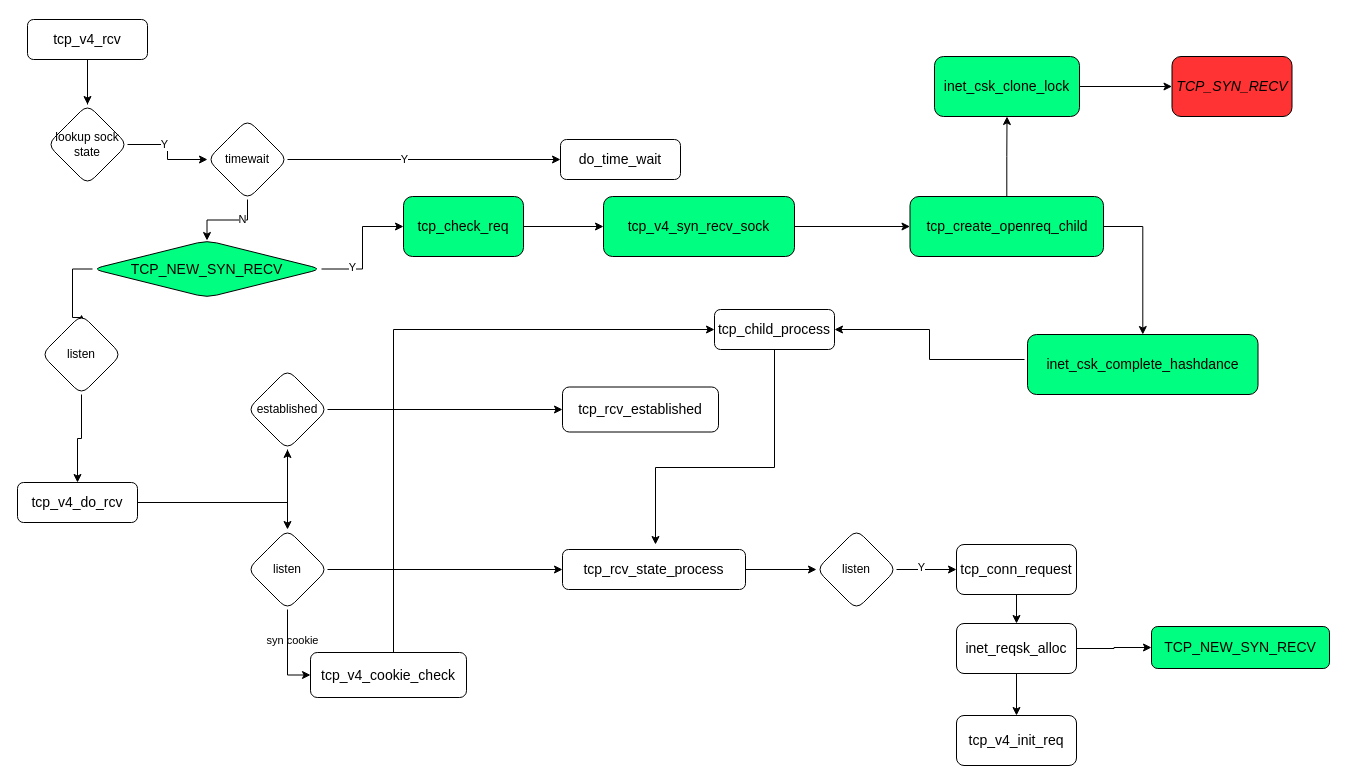
Above: linux-kernel/tcp/tcp_recv.drawio in byrcoder/essay (draw.io), before the change. Source tidied: cells renumbered, new cells numbered last; positions are measured from the earlier drawing's top-left corner, leaving out a move shared by most shapes. Both pictures are drawn from the tidied source at 100%, with x=0, y=0 at pixel (17, 19).
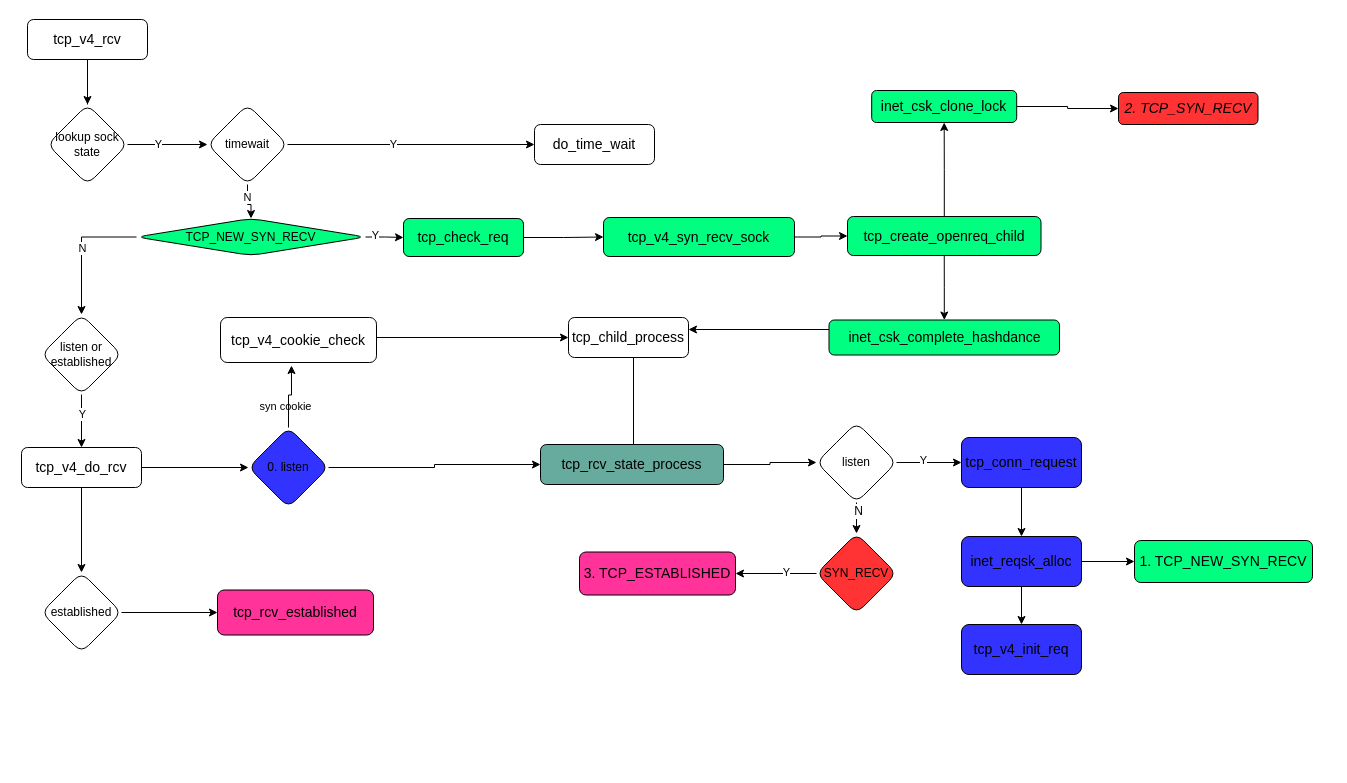
Above is the later version.

The change refers to these unchanged cells:
```xml
<mxCell id="2" style="edgeStyle=orthogonalEdgeStyle;rounded=0;jettySize=auto;html=1;entryX=0.5;entryY=0;entryDx=0;entryDy=0;fontColor=#000000;labelBackgroundColor=none;startArrow=none;exitX=0;exitY=0.5;exitDx=0;exitDy=0;" parent="1" edge="1" source="16" target="20">
  <mxGeometry relative="1" as="geometry" />
</mxCell>
<mxCell id="19" style="edgeStyle=orthogonalEdgeStyle;rounded=0;jettySize=auto;html=1;fontColor=#000000;labelBackgroundColor=none;" parent="1" edge="1" source="20" target="22">
  <mxGeometry relative="1" as="geometry" />
</mxCell>
```

The edit, as a diff of the source:
```diff
@@
+    <mxCell id="58" value="N" style="edgeLabel;html=1;align=center;verticalAlign=middle;fontColor=#000000;" parent="2" vertex="1">
+      <mxGeometry y="-1" relative="1" as="geometry">
+        <mxPoint x="1" as="offset" />
+      </mxGeometry>
+    </mxCell>
@@
     <mxCell id="9" value="&lt;pre style=&quot;font-family: &amp;quot;jetbrains mono&amp;quot;; font-size: 10.5pt;&quot;&gt;do_time_wait&lt;/pre&gt;" style="whiteSpace=wrap;html=1;rounded=1;glass=0;strokeWidth=1;shadow=0;fontColor=#000000;labelBackgroundColor=none;fillColor=#FFFFFF;" parent="1" vertex="1">
-      <mxGeometry x="543" y="120" width="120" height="40" as="geometry" />
+      <mxGeometry x="517" y="105" width="120" height="40" as="geometry" />
     </mxCell>
@@
     <mxCell id="12" value="timewait" style="rhombus;whiteSpace=wrap;html=1;rounded=1;glass=0;strokeWidth=1;shadow=0;fontColor=#000000;labelBackgroundColor=none;" parent="1" vertex="1">
-      <mxGeometry x="190" y="100" width="80" height="80" as="geometry" />
+      <mxGeometry x="190" y="85" width="80" height="80" as="geometry" />
     </mxCell>
     <mxCell id="13" style="edgeStyle=orthogonalEdgeStyle;rounded=0;jettySize=auto;html=1;fontColor=#000000;labelBackgroundColor=none;" parent="1" edge="1" target="18">
       <mxGeometry relative="1" as="geometry">
-        <mxPoint x="1007" y="340" as="sourcePoint" />
+        <mxPoint x="1007" y="310" as="sourcePoint" />
         <Array as="points">
-          <mxPoint x="912" y="340" />
-          <mxPoint x="912" y="310" />
+          <mxPoint x="955" y="310" />
+          <mxPoint x="955" y="310" />
         </Array>
       </mxGeometry>
     </mxCell>
@@
-    <mxCell id="16" value="&lt;pre style=&quot;font-size: 10.5pt ; font-family: &amp;quot;jetbrains mono&amp;quot;&quot;&gt;&lt;span style=&quot;&quot;&gt;TCP_NEW_SYN_RECV&lt;/span&gt;&lt;/pre&gt;" style="rhombus;whiteSpace=wrap;html=1;rounded=1;glass=0;strokeWidth=1;shadow=0;fontColor=#000000;labelBackgroundColor=none;fillColor=#00FF80;" parent="1" vertex="1">
-      <mxGeometry x="75" y="221" width="229" height="57" as="geometry" />
+    <mxCell id="16" value="&lt;pre style=&quot;font-family: &amp;#34;jetbrains mono&amp;#34;&quot;&gt;&lt;font style=&quot;font-size: 12px&quot;&gt;TCP_NEW_SYN_RECV&lt;/font&gt;&lt;/pre&gt;" style="rhombus;whiteSpace=wrap;html=1;rounded=1;glass=0;strokeWidth=1;shadow=0;fontColor=#000000;labelBackgroundColor=none;fillColor=#00FF80;" parent="1" vertex="1">
+      <mxGeometry x="119" y="199" width="229" height="37" as="geometry" />
     </mxCell>
-    <mxCell id="17" style="edgeStyle=orthogonalEdgeStyle;rounded=0;jettySize=auto;html=1;labelBackgroundColor=none;fontColor=#000000;" parent="1" edge="1" source="18">
+    <mxCell id="17" style="edgeStyle=orthogonalEdgeStyle;rounded=0;jettySize=auto;html=1;labelBackgroundColor=none;fontColor=#000000;entryX=0.552;entryY=0.025;entryDx=0;entryDy=0;entryPerimeter=0;" parent="1" edge="1" source="18" target="34">
       <mxGeometry relative="1" as="geometry">
-        <mxPoint x="638" y="525" as="targetPoint" />
         <Array as="points">
-          <mxPoint x="757" y="448" />
-          <mxPoint x="638" y="448" />
+          <mxPoint x="616" y="461" />
         </Array>
       </mxGeometry>
     </mxCell>
     <mxCell id="18" value="&lt;pre style=&quot;font-family: &amp;quot;jetbrains mono&amp;quot;; font-size: 10.5pt;&quot;&gt;tcp_child_process&lt;/pre&gt;" style="whiteSpace=wrap;html=1;rounded=1;glass=0;strokeWidth=1;shadow=0;fontColor=#000000;labelBackgroundColor=none;fillColor=#FFFFFF;" parent="1" vertex="1">
-      <mxGeometry x="697" y="290" width="120" height="40" as="geometry" />
+      <mxGeometry x="551" y="298" width="120" height="40" as="geometry" />
     </mxCell>
@@
+    <mxCell id="59" value="Y" style="edgeLabel;html=1;align=center;verticalAlign=middle;fontColor=#000000;" parent="19" vertex="1">
+      <mxGeometry x="-0.28" relative="1" as="geometry" />
+    </mxCell>
-    <mxCell id="20" value="listen" style="rhombus;whiteSpace=wrap;html=1;rounded=1;glass=0;strokeWidth=1;shadow=0;fontColor=#000000;labelBackgroundColor=none;" parent="1" vertex="1">
+    <mxCell id="20" value="listen or established" style="rhombus;whiteSpace=wrap;html=1;rounded=1;glass=0;strokeWidth=1;shadow=0;fontColor=#000000;labelBackgroundColor=none;" parent="1" vertex="1">
       <mxGeometry x="24" y="295" width="80" height="80" as="geometry" />
     </mxCell>
@@
     <mxCell id="22" value="&lt;pre style=&quot;font-family: &amp;quot;jetbrains mono&amp;quot;; font-size: 10.5pt;&quot;&gt;tcp_v4_do_rcv&lt;/pre&gt;" style="whiteSpace=wrap;html=1;rounded=1;glass=0;strokeWidth=1;shadow=0;fontColor=#000000;labelBackgroundColor=none;" parent="1" vertex="1">
-      <mxGeometry y="463" width="120" height="40" as="geometry" />
+      <mxGeometry x="4" y="428" width="120" height="40" as="geometry" />
     </mxCell>
-    <mxCell id="23" style="edgeStyle=orthogonalEdgeStyle;rounded=0;jettySize=auto;html=1;labelBackgroundColor=none;fontColor=#000000;exitX=0.41;exitY=-0.022;exitDx=0;exitDy=0;exitPerimeter=0;entryX=0;entryY=0.5;entryDx=0;entryDy=0;" parent="1" edge="1" target="18">
+    <mxCell id="23" style="edgeStyle=orthogonalEdgeStyle;rounded=0;jettySize=auto;html=1;labelBackgroundColor=none;fontColor=#000000;exitX=1;exitY=0.5;exitDx=0;exitDy=0;entryX=0;entryY=0.5;entryDx=0;entryDy=0;" parent="1" edge="1" source="24" target="18">
       <mxGeometry relative="1" as="geometry">
-        <mxPoint x="353" y="643" as="sourcePoint" />
         <Array as="points">
-          <mxPoint x="376" y="643" />
-          <mxPoint x="376" y="310" />
+          <mxPoint x="359" y="318" />
         </Array>
       </mxGeometry>
     </mxCell>
     <mxCell id="24" value="&lt;pre style=&quot;font-family: &amp;quot;jetbrains mono&amp;quot; ; font-size: 10.5pt&quot;&gt;&lt;pre style=&quot;font-family: &amp;quot;jetbrains mono&amp;quot;; font-size: 10.5pt;&quot;&gt;tcp_v4_cookie_check&lt;/pre&gt;&lt;/pre&gt;" style="whiteSpace=wrap;html=1;rounded=1;glass=0;strokeWidth=1;shadow=0;fontColor=#000000;labelBackgroundColor=none;" parent="1" vertex="1">
-      <mxGeometry x="293" y="633" width="156" height="45" as="geometry" />
+      <mxGeometry x="203" y="298" width="156" height="45" as="geometry" />
     </mxCell>
@@
-    <mxCell id="26" style="edgeStyle=orthogonalEdgeStyle;rounded=0;jettySize=auto;html=1;labelBackgroundColor=none;fontColor=#000000;" parent="1" edge="1" source="27" target="32">
+    <mxCell id="26" style="edgeStyle=orthogonalEdgeStyle;rounded=0;jettySize=auto;html=1;labelBackgroundColor=none;fontColor=#000000;exitX=1;exitY=0.5;exitDx=0;exitDy=0;" parent="1" edge="1" source="22" target="32">
       <mxGeometry relative="1" as="geometry" />
     </mxCell>
     <mxCell id="27" value="established" style="rhombus;whiteSpace=wrap;html=1;fontColor=#000000;rounded=1;glass=0;strokeWidth=1;shadow=0;labelBackgroundColor=none;" parent="1" vertex="1">
-      <mxGeometry x="230" y="350" width="80" height="80" as="geometry" />
+      <mxGeometry x="24" y="553" width="80" height="80" as="geometry" />
     </mxCell>
-    <mxCell id="28" value="&lt;pre style=&quot;font-family: &amp;quot;jetbrains mono&amp;quot;; font-size: 10.5pt;&quot;&gt;tcp_rcv_established&lt;/pre&gt;" style="whiteSpace=wrap;html=1;fontColor=#000000;rounded=1;glass=0;strokeWidth=1;shadow=0;labelBackgroundColor=none;fillColor=#FFFFFF;" parent="1" vertex="1">
-      <mxGeometry x="545" y="367.5" width="156" height="45" as="geometry" />
+    <mxCell id="28" value="&lt;pre style=&quot;font-family: &amp;quot;jetbrains mono&amp;quot;; font-size: 10.5pt;&quot;&gt;tcp_rcv_established&lt;/pre&gt;" style="whiteSpace=wrap;html=1;fontColor=#000000;rounded=1;glass=0;strokeWidth=1;shadow=0;labelBackgroundColor=none;fillColor=#FF3399;" parent="1" vertex="1">
+      <mxGeometry x="200" y="570.5" width="156" height="45" as="geometry" />
     </mxCell>
-    <mxCell id="29" style="edgeStyle=orthogonalEdgeStyle;rounded=0;jettySize=auto;html=1;entryX=0;entryY=0.5;entryDx=0;entryDy=0;labelBackgroundColor=none;fontColor=#000000;" parent="1" edge="1" source="32" target="24">
+    <mxCell id="29" style="edgeStyle=orthogonalEdgeStyle;rounded=0;jettySize=auto;html=1;entryX=0.455;entryY=1.067;entryDx=0;entryDy=0;labelBackgroundColor=none;fontColor=#000000;exitX=0.5;exitY=0;exitDx=0;exitDy=0;entryPerimeter=0;" parent="1" edge="1" source="32" target="24">
       <mxGeometry relative="1" as="geometry" />
     </mxCell>
@@
-    <mxCell id="32" value="listen" style="rhombus;whiteSpace=wrap;html=1;fontColor=#000000;rounded=1;glass=0;strokeWidth=1;shadow=0;labelBackgroundColor=none;" parent="1" vertex="1">
-      <mxGeometry x="230" y="510" width="80" height="80" as="geometry" />
+    <mxCell id="32" value="0. listen" style="rhombus;whiteSpace=wrap;html=1;fontColor=#000000;rounded=1;glass=0;strokeWidth=1;shadow=0;labelBackgroundColor=none;fillColor=#3333FF;" parent="1" vertex="1">
+      <mxGeometry x="231" y="408" width="80" height="80" as="geometry" />
     </mxCell>
@@
-    <mxCell id="34" value="&lt;pre style=&quot;font-family: &amp;quot;jetbrains mono&amp;quot;; font-size: 10.5pt;&quot;&gt;tcp_rcv_state_process&lt;/pre&gt;" style="whiteSpace=wrap;html=1;fontColor=#000000;rounded=1;glass=0;strokeWidth=1;shadow=0;labelBackgroundColor=none;fillColor=#FFFFFF;" parent="1" vertex="1">
-      <mxGeometry x="545" y="530" width="183" height="40" as="geometry" />
+    <mxCell id="34" value="&lt;pre style=&quot;font-family: &amp;quot;jetbrains mono&amp;quot;; font-size: 10.5pt;&quot;&gt;tcp_rcv_state_process&lt;/pre&gt;" style="whiteSpace=wrap;html=1;fontColor=#000000;rounded=1;glass=0;strokeWidth=1;shadow=0;labelBackgroundColor=none;fillColor=#67AB9F;" parent="1" vertex="1">
+      <mxGeometry x="523" y="425" width="183" height="40" as="geometry" />
     </mxCell>
@@
+    <mxCell id="60" style="edgeStyle=orthogonalEdgeStyle;rounded=0;jettySize=auto;html=1;labelBackgroundColor=none;fontColor=#000000;" parent="1" edge="1" source="37" target="64">
+      <mxGeometry relative="1" as="geometry" />
+    </mxCell>
+    <mxCell id="61" value="N" style="edgeLabel;html=1;align=center;verticalAlign=middle;fontSize=12;fontColor=#000000;" parent="60" vertex="1">
+      <mxGeometry x="-0.67" y="1" relative="1" as="geometry" />
+    </mxCell>
     <mxCell id="37" value="listen" style="rhombus;whiteSpace=wrap;html=1;fontColor=#000000;rounded=1;glass=0;strokeWidth=1;shadow=0;labelBackgroundColor=none;" parent="1" vertex="1">
-      <mxGeometry x="799" y="510" width="80" height="80" as="geometry" />
+      <mxGeometry x="799" y="403" width="80" height="80" as="geometry" />
     </mxCell>
@@
-    <mxCell id="39" value="&lt;pre style=&quot;font-family: &amp;quot;jetbrains mono&amp;quot;; font-size: 10.5pt;&quot;&gt;&lt;pre style=&quot;font-family: &amp;quot;jetbrains mono&amp;quot; ; font-size: 10.5pt&quot;&gt;tcp_conn_request&lt;/pre&gt;&lt;/pre&gt;" style="whiteSpace=wrap;html=1;fontColor=#000000;rounded=1;glass=0;strokeWidth=1;shadow=0;labelBackgroundColor=none;" parent="1" vertex="1">
-      <mxGeometry x="939" y="525" width="120" height="50" as="geometry" />
+    <mxCell id="39" value="&lt;pre style=&quot;font-family: &amp;quot;jetbrains mono&amp;quot;; font-size: 10.5pt;&quot;&gt;&lt;pre style=&quot;font-family: &amp;quot;jetbrains mono&amp;quot; ; font-size: 10.5pt&quot;&gt;tcp_conn_request&lt;/pre&gt;&lt;/pre&gt;" style="whiteSpace=wrap;html=1;fontColor=#000000;rounded=1;glass=0;strokeWidth=1;shadow=0;labelBackgroundColor=none;fillColor=#3333FF;" parent="1" vertex="1">
+      <mxGeometry x="944" y="418" width="120" height="50" as="geometry" />
     </mxCell>
@@
-    <mxCell id="42" value="&lt;pre style=&quot;font-family: &amp;quot;jetbrains mono&amp;quot;; font-size: 10.5pt;&quot;&gt;&lt;pre style=&quot;font-family: &amp;quot;jetbrains mono&amp;quot; ; font-size: 10.5pt&quot;&gt;&lt;pre style=&quot;font-family: &amp;quot;jetbrains mono&amp;quot; ; font-size: 10.5pt&quot;&gt;inet_reqsk_alloc&lt;/pre&gt;&lt;/pre&gt;&lt;/pre&gt;" style="whiteSpace=wrap;html=1;fontColor=#000000;rounded=1;glass=0;strokeWidth=1;shadow=0;labelBackgroundColor=none;" parent="1" vertex="1">
-      <mxGeometry x="939" y="604" width="120" height="50" as="geometry" />
+    <mxCell id="42" value="&lt;pre style=&quot;font-family: &amp;quot;jetbrains mono&amp;quot;; font-size: 10.5pt;&quot;&gt;&lt;pre style=&quot;font-family: &amp;quot;jetbrains mono&amp;quot; ; font-size: 10.5pt&quot;&gt;&lt;pre style=&quot;font-family: &amp;quot;jetbrains mono&amp;quot; ; font-size: 10.5pt&quot;&gt;inet_reqsk_alloc&lt;/pre&gt;&lt;/pre&gt;&lt;/pre&gt;" style="whiteSpace=wrap;html=1;fontColor=#000000;rounded=1;glass=0;strokeWidth=1;shadow=0;labelBackgroundColor=none;fillColor=#3333FF;" parent="1" vertex="1">
+      <mxGeometry x="944" y="517" width="120" height="50" as="geometry" />
     </mxCell>
-    <mxCell id="43" value="&lt;pre style=&quot;font-family: &amp;quot;jetbrains mono&amp;quot;; font-size: 10.5pt;&quot;&gt;&lt;pre style=&quot;font-family: &amp;quot;jetbrains mono&amp;quot; ; font-size: 10.5pt&quot;&gt;&lt;pre style=&quot;font-family: &amp;quot;jetbrains mono&amp;quot; ; font-size: 10.5pt&quot;&gt;&lt;pre style=&quot;font-size: 10.5pt ; font-family: &amp;quot;jetbrains mono&amp;quot;&quot;&gt;&lt;span style=&quot;&quot;&gt;tcp_v4_init_req&lt;/span&gt;&lt;/pre&gt;&lt;/pre&gt;&lt;/pre&gt;&lt;/pre&gt;" style="whiteSpace=wrap;html=1;fontColor=#000000;rounded=1;glass=0;strokeWidth=1;shadow=0;labelBackgroundColor=none;" parent="1" vertex="1">
-      <mxGeometry x="939" y="696" width="120" height="50" as="geometry" />
+    <mxCell id="43" value="&lt;pre style=&quot;font-family: &amp;quot;jetbrains mono&amp;quot;; font-size: 10.5pt;&quot;&gt;&lt;pre style=&quot;font-family: &amp;quot;jetbrains mono&amp;quot; ; font-size: 10.5pt&quot;&gt;&lt;pre style=&quot;font-family: &amp;quot;jetbrains mono&amp;quot; ; font-size: 10.5pt&quot;&gt;&lt;pre style=&quot;font-size: 10.5pt ; font-family: &amp;quot;jetbrains mono&amp;quot;&quot;&gt;&lt;span style=&quot;&quot;&gt;tcp_v4_init_req&lt;/span&gt;&lt;/pre&gt;&lt;/pre&gt;&lt;/pre&gt;&lt;/pre&gt;" style="whiteSpace=wrap;html=1;fontColor=#000000;rounded=1;glass=0;strokeWidth=1;shadow=0;labelBackgroundColor=none;fillColor=#3333FF;" parent="1" vertex="1">
+      <mxGeometry x="944" y="605" width="120" height="50" as="geometry" />
     </mxCell>
-    <mxCell id="44" value="&lt;pre style=&quot;font-family: &amp;#34;jetbrains mono&amp;#34; ; font-size: 10.5pt&quot;&gt;&lt;pre style=&quot;font-family: &amp;#34;jetbrains mono&amp;#34; ; font-size: 10.5pt&quot;&gt;&lt;pre style=&quot;font-family: &amp;#34;jetbrains mono&amp;#34; ; font-size: 10.5pt&quot;&gt;&lt;pre style=&quot;font-family: &amp;#34;jetbrains mono&amp;#34; ; font-size: 10.5pt&quot;&gt;&lt;span style=&quot;background-color: rgb(0 , 255 , 128)&quot;&gt;TCP_NEW_SYN_RECV&lt;/span&gt;&lt;/pre&gt;&lt;/pre&gt;&lt;/pre&gt;&lt;/pre&gt;" style="whiteSpace=wrap;html=1;fontColor=#000000;rounded=1;glass=0;strokeWidth=1;shadow=0;labelBackgroundColor=none;fillColor=#00FF80;" parent="1" vertex="1">
-      <mxGeometry x="1134" y="607" width="178" height="42" as="geometry" />
+    <mxCell id="44" value="&lt;pre style=&quot;font-family: &amp;#34;jetbrains mono&amp;#34; ; font-size: 10.5pt&quot;&gt;&lt;pre style=&quot;font-family: &amp;#34;jetbrains mono&amp;#34; ; font-size: 10.5pt&quot;&gt;&lt;pre style=&quot;font-family: &amp;#34;jetbrains mono&amp;#34; ; font-size: 10.5pt&quot;&gt;&lt;pre style=&quot;font-family: &amp;#34;jetbrains mono&amp;#34; ; font-size: 10.5pt&quot;&gt;&lt;span style=&quot;background-color: rgb(0 , 255 , 128)&quot;&gt;1. TCP_NEW_SYN_RECV&lt;/span&gt;&lt;/pre&gt;&lt;/pre&gt;&lt;/pre&gt;&lt;/pre&gt;" style="whiteSpace=wrap;html=1;fontColor=#000000;rounded=1;glass=0;strokeWidth=1;shadow=0;labelBackgroundColor=none;fillColor=#00FF80;" parent="1" vertex="1">
+      <mxGeometry x="1117" y="521" width="178" height="42" as="geometry" />
     </mxCell>
@@
     <mxCell id="46" value="&lt;pre style=&quot;font-family: &amp;quot;jetbrains mono&amp;quot;; font-size: 10.5pt;&quot;&gt;&lt;span style=&quot;&quot;&gt;tcp_check_req&lt;/span&gt;&lt;/pre&gt;" style="whiteSpace=wrap;html=1;fillColor=#00FF80;fontColor=#000000;rounded=1;glass=0;strokeWidth=1;shadow=0;labelBackgroundColor=none;" parent="1" vertex="1">
-      <mxGeometry x="386" y="177" width="120" height="60" as="geometry" />
+      <mxGeometry x="386" y="199" width="120" height="38" as="geometry" />
     </mxCell>
-    <mxCell id="47" style="edgeStyle=orthogonalEdgeStyle;rounded=0;jettySize=auto;html=1;labelBackgroundColor=none;fontColor=#000000;exitX=1;exitY=0.5;exitDx=0;exitDy=0;" parent="1" edge="1" source="52" target="50">
+    <mxCell id="47" style="edgeStyle=orthogonalEdgeStyle;rounded=0;jettySize=auto;html=1;labelBackgroundColor=none;fontColor=#000000;exitX=0.5;exitY=1;exitDx=0;exitDy=0;" parent="1" edge="1" source="52" target="50">
       <mxGeometry relative="1" as="geometry" />
     </mxCell>
@@
     <mxCell id="49" value="&lt;pre style=&quot;font-family: &amp;quot;jetbrains mono&amp;quot;; font-size: 10.5pt;&quot;&gt;&lt;pre style=&quot;font-family: &amp;quot;jetbrains mono&amp;quot; ; font-size: 10.5pt&quot;&gt;&lt;span style=&quot;&quot;&gt;tcp_v4_syn_recv_sock&lt;/span&gt;&lt;/pre&gt;&lt;/pre&gt;" style="whiteSpace=wrap;html=1;fillColor=#00FF80;fontColor=#000000;rounded=1;glass=0;strokeWidth=1;shadow=0;labelBackgroundColor=none;" parent="1" vertex="1">
-      <mxGeometry x="586" y="177" width="191" height="60" as="geometry" />
+      <mxGeometry x="586" y="198" width="191" height="39" as="geometry" />
     </mxCell>
     <mxCell id="50" value="&lt;pre style=&quot;font-family: &amp;quot;jetbrains mono&amp;quot;; font-size: 10.5pt;&quot;&gt;inet_csk_complete_hashdance&lt;/pre&gt;" style="whiteSpace=wrap;html=1;fillColor=#00FF80;fontColor=#000000;rounded=1;glass=0;strokeWidth=1;shadow=0;labelBackgroundColor=none;" parent="1" vertex="1">
-      <mxGeometry x="1010" y="315" width="230.5" height="60" as="geometry" />
+      <mxGeometry x="811.5" y="300.5" width="230.5" height="35" as="geometry" />
     </mxCell>
@@
     <mxCell id="52" value="&lt;pre style=&quot;font-family: &amp;quot;jetbrains mono&amp;quot;; font-size: 10.5pt;&quot;&gt;tcp_create_openreq_child&lt;/pre&gt;" style="whiteSpace=wrap;html=1;fillColor=#00FF80;fontColor=#000000;rounded=1;glass=0;strokeWidth=1;shadow=0;labelBackgroundColor=none;" parent="1" vertex="1">
-      <mxGeometry x="892.5" y="177" width="193.5" height="60" as="geometry" />
+      <mxGeometry x="830" y="197" width="193.5" height="39" as="geometry" />
     </mxCell>
@@
     <mxCell id="54" value="&lt;pre style=&quot;font-family: &amp;quot;jetbrains mono&amp;quot;; font-size: 10.5pt;&quot;&gt;&lt;span style=&quot;&quot;&gt;inet_csk_clone_lock&lt;/span&gt;&lt;/pre&gt;" style="whiteSpace=wrap;html=1;fillColor=#00FF80;fontColor=#000000;rounded=1;glass=0;strokeWidth=1;shadow=0;labelBackgroundColor=none;" parent="1" vertex="1">
-      <mxGeometry x="917" y="37" width="145" height="60" as="geometry" />
+      <mxGeometry x="854.2" y="71" width="145" height="32" as="geometry" />
     </mxCell>
-    <mxCell id="55" value="&lt;pre style=&quot;font-family: &amp;quot;jetbrains mono&amp;quot;; font-size: 10.5pt;&quot;&gt;&lt;span style=&quot;font-style: italic;&quot;&gt;TCP_SYN_RECV&lt;/span&gt;&lt;/pre&gt;" style="whiteSpace=wrap;html=1;fillColor=#FF3333;fontColor=#000000;rounded=1;glass=0;strokeWidth=1;shadow=0;labelBackgroundColor=none;" parent="1" vertex="1">
-      <mxGeometry x="1154.5" y="37" width="120" height="60" as="geometry" />
+    <mxCell id="55" value="&lt;pre style=&quot;font-family: &amp;#34;jetbrains mono&amp;#34; ; font-size: 10.5pt&quot;&gt;&lt;span style=&quot;font-style: italic&quot;&gt;2. TCP_SYN_RECV&lt;/span&gt;&lt;/pre&gt;" style="whiteSpace=wrap;html=1;fillColor=#FF3333;fontColor=#000000;rounded=1;glass=0;strokeWidth=1;shadow=0;labelBackgroundColor=none;" parent="1" vertex="1">
+      <mxGeometry x="1101" y="73" width="139.5" height="32" as="geometry" />
     </mxCell>
@@
+    <mxCell id="62" style="edgeStyle=orthogonalEdgeStyle;rounded=0;jettySize=auto;html=1;labelBackgroundColor=none;fontColor=#000000;" parent="1" edge="1" source="64" target="65">
+      <mxGeometry relative="1" as="geometry" />
+    </mxCell>
+    <mxCell id="63" value="Y" style="edgeLabel;html=1;align=center;verticalAlign=middle;fontColor=#000000;" parent="62" vertex="1">
+      <mxGeometry x="-0.23" y="-2" relative="1" as="geometry" />
+    </mxCell>
+    <mxCell id="64" value="SYN_RECV" style="rhombus;whiteSpace=wrap;html=1;fontColor=#000000;rounded=1;glass=0;strokeWidth=1;shadow=0;labelBackgroundColor=none;fillColor=#FF3333;" parent="1" vertex="1">
+      <mxGeometry x="799" y="514" width="80" height="80" as="geometry" />
+    </mxCell>
+    <mxCell id="65" value="&lt;pre style=&quot;font-family: &amp;#34;jetbrains mono&amp;#34; ; font-size: 10.5pt&quot;&gt;&lt;span&gt;3. TCP_ESTABLISHED&lt;/span&gt;&lt;/pre&gt;" style="whiteSpace=wrap;html=1;fillColor=#FF3399;fontColor=#000000;rounded=1;glass=0;strokeWidth=1;shadow=0;labelBackgroundColor=none;" parent="1" vertex="1">
+      <mxGeometry x="562" y="532.5" width="156" height="43" as="geometry" />
+    </mxCell>
```
